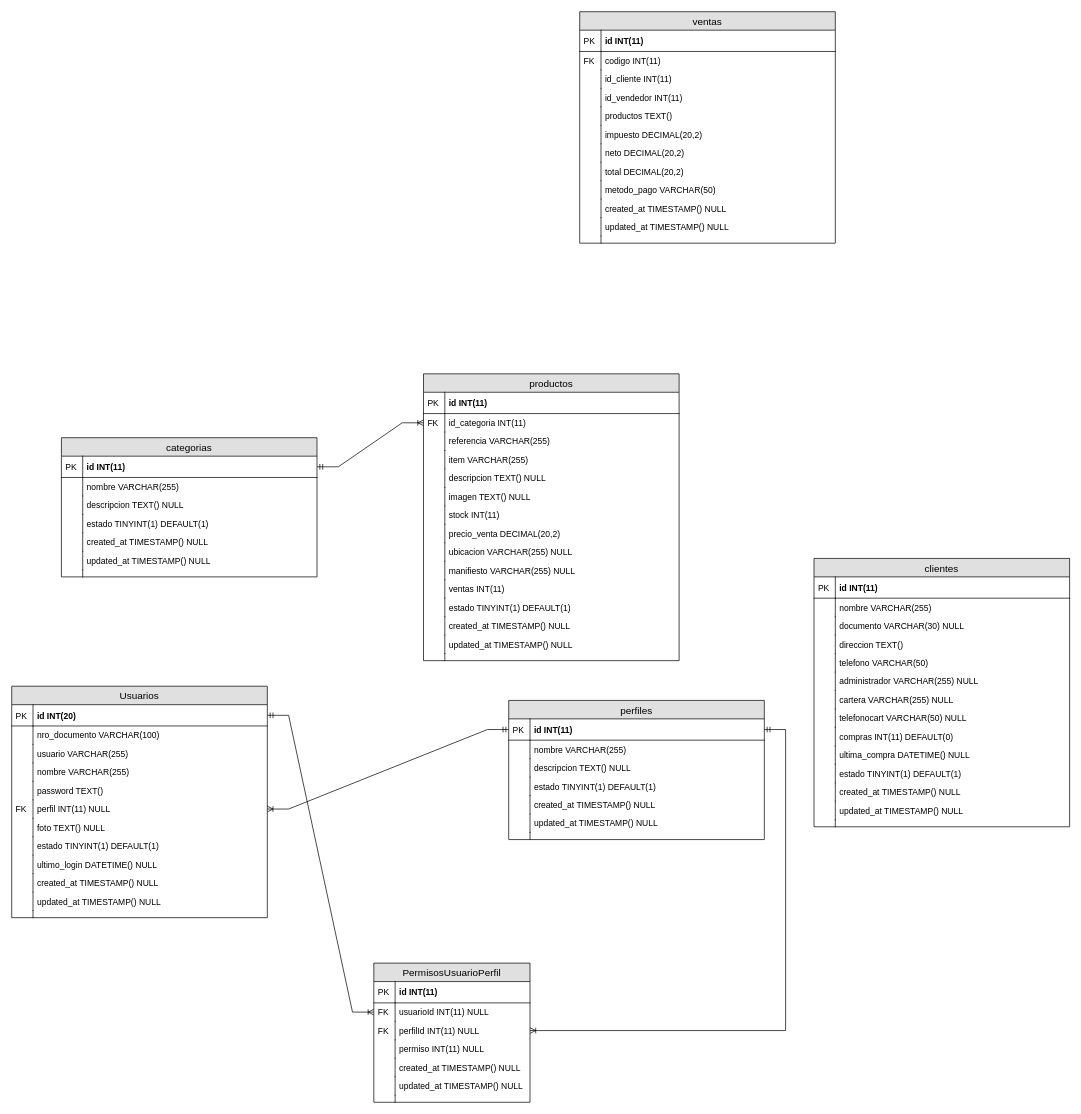
Above: assets/db/InventorySystem.drawio in anthourrego/InventorySystem (draw.io), before the change. Source tidied: cells renumbered, new cells numbered last; positions are measured from the earlier drawing's top-left corner, leaving out a move shared by most shapes. Both pictures are drawn from the tidied source at 71%, with x=0, y=0 at pixel (11, 11).
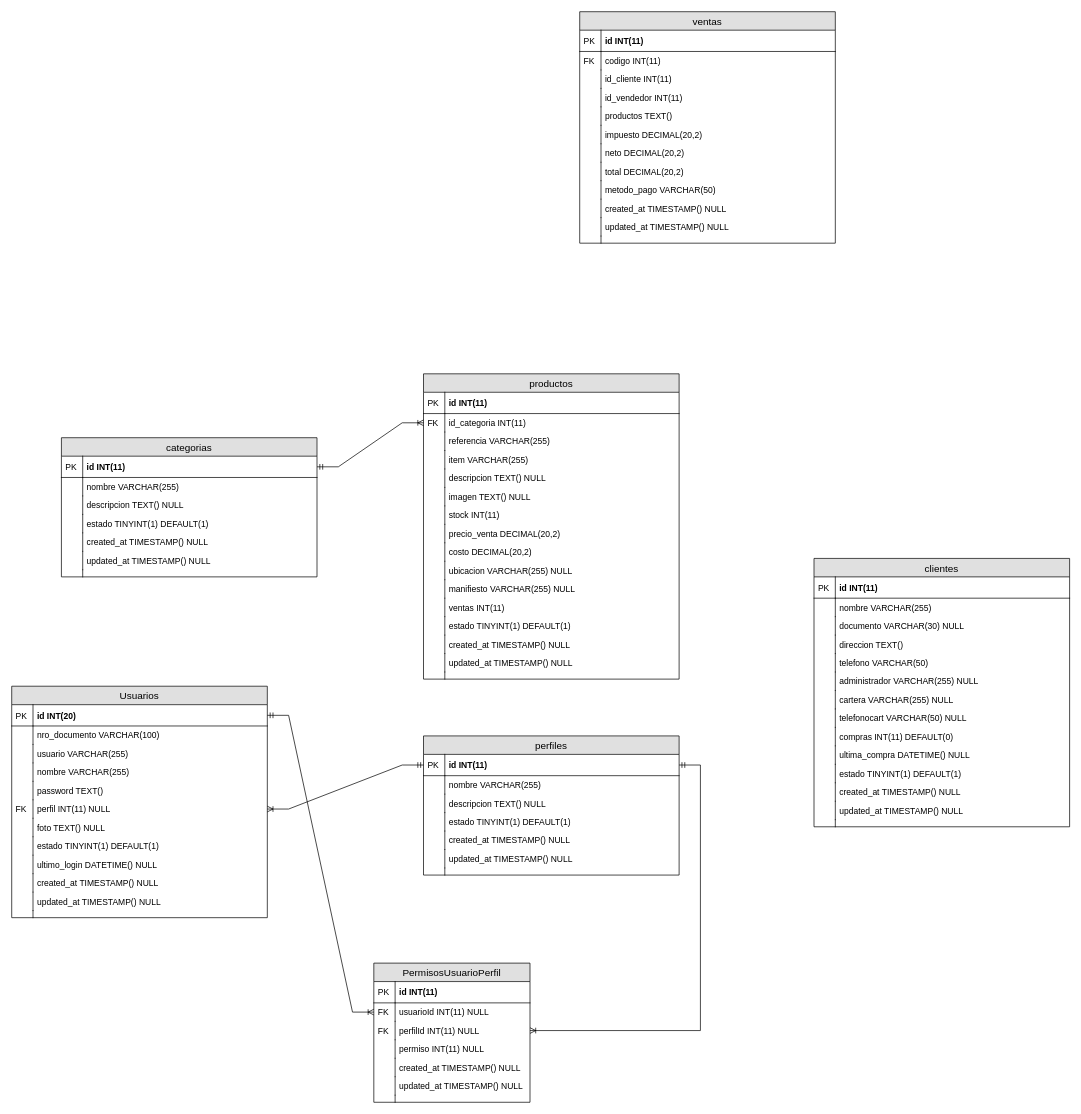
The same diagram, later.

The edit, as a diff of the source:
```diff
@@
     <mxCell id="27" value="perfiles" style="swimlane;fontStyle=0;horizontal=1;startSize=26;fillColor=#e0e0e0;swimlaneFillColor=#ffffff;align=center;fontSize=14;" parent="1" vertex="1">
-      <mxGeometry x="700" y="970" width="360" height="196" as="geometry" />
+      <mxGeometry x="580" y="1020" width="360" height="196" as="geometry" />
     </mxCell>
@@
     <mxCell id="57" value="productos" style="swimlane;fontStyle=0;horizontal=1;startSize=26;fillColor=#e0e0e0;swimlaneFillColor=#ffffff;align=center;fontSize=14;" parent="1" vertex="1">
-      <mxGeometry x="580" y="510" width="360" height="404" as="geometry" />
+      <mxGeometry x="580" y="510" width="360" height="430" as="geometry" />
     </mxCell>
@@
+    <mxCell id="161" value="costo DECIMAL(20,2)" style="shape=partialRectangle;top=0;left=0;right=0;bottom=0;align=left;verticalAlign=top;fillColor=none;spacingLeft=34;spacingRight=4;overflow=hidden;fontSize=12;" parent="57" vertex="1">
+      <mxGeometry y="238" width="360" height="26" as="geometry" />
+    </mxCell>
+    <mxCell id="162" style="shape=partialRectangle;top=0;left=0;bottom=0;fillColor=none;align=left;verticalAlign=top;spacingLeft=4;spacingRight=4;overflow=hidden;fontSize=12;" parent="161" vertex="1">
+      <mxGeometry width="30" height="26" as="geometry" />
+    </mxCell>
     <mxCell id="74" value="ubicacion VARCHAR(255) NULL" style="shape=partialRectangle;top=0;left=0;right=0;bottom=0;align=left;verticalAlign=top;fillColor=none;spacingLeft=34;spacingRight=4;overflow=hidden;fontSize=12;" parent="57" vertex="1">
-      <mxGeometry y="238" width="360" height="26" as="geometry" />
+      <mxGeometry y="264" width="360" height="26" as="geometry" />
     </mxCell>
@@
     <mxCell id="76" value="manifiesto VARCHAR(255) NULL" style="shape=partialRectangle;top=0;left=0;right=0;bottom=0;align=left;verticalAlign=top;fillColor=none;spacingLeft=34;spacingRight=4;overflow=hidden;fontSize=12;" parent="57" vertex="1">
-      <mxGeometry y="264" width="360" height="26" as="geometry" />
+      <mxGeometry y="290" width="360" height="26" as="geometry" />
     </mxCell>
@@
     <mxCell id="78" value="ventas INT(11)" style="shape=partialRectangle;top=0;left=0;right=0;bottom=0;align=left;verticalAlign=top;fillColor=none;spacingLeft=34;spacingRight=4;overflow=hidden;fontSize=12;" parent="57" vertex="1">
-      <mxGeometry y="290" width="360" height="26" as="geometry" />
+      <mxGeometry y="316" width="360" height="26" as="geometry" />
     </mxCell>
@@
     <mxCell id="80" value="estado TINYINT(1) DEFAULT(1)" style="shape=partialRectangle;top=0;left=0;right=0;bottom=0;align=left;verticalAlign=top;fillColor=none;spacingLeft=34;spacingRight=4;overflow=hidden;fontSize=12;" parent="57" vertex="1">
-      <mxGeometry y="316" width="360" height="26" as="geometry" />
+      <mxGeometry y="342" width="360" height="26" as="geometry" />
     </mxCell>
@@
     <mxCell id="82" value="created_at TIMESTAMP() NULL" style="shape=partialRectangle;top=0;left=0;right=0;bottom=0;align=left;verticalAlign=top;fillColor=none;spacingLeft=34;spacingRight=4;overflow=hidden;fontSize=12;" parent="57" vertex="1">
-      <mxGeometry y="342" width="360" height="26" as="geometry" />
+      <mxGeometry y="368" width="360" height="26" as="geometry" />
     </mxCell>
@@
     <mxCell id="84" value="updated_at TIMESTAMP() NULL" style="shape=partialRectangle;top=0;left=0;right=0;bottom=0;align=left;verticalAlign=top;fillColor=none;spacingLeft=34;spacingRight=4;overflow=hidden;fontSize=12;" parent="57" vertex="1">
-      <mxGeometry y="368" width="360" height="26" as="geometry" />
+      <mxGeometry y="394" width="360" height="26" as="geometry" />
     </mxCell>
@@
     <mxCell id="86" style="shape=partialRectangle;top=0;left=0;right=0;bottom=0;align=left;verticalAlign=top;fillColor=none;spacingLeft=34;spacingRight=4;overflow=hidden;fontSize=12;" parent="57" vertex="1">
-      <mxGeometry y="394" width="360" height="10" as="geometry" />
+      <mxGeometry y="420" width="360" height="10" as="geometry" />
     </mxCell>
```
